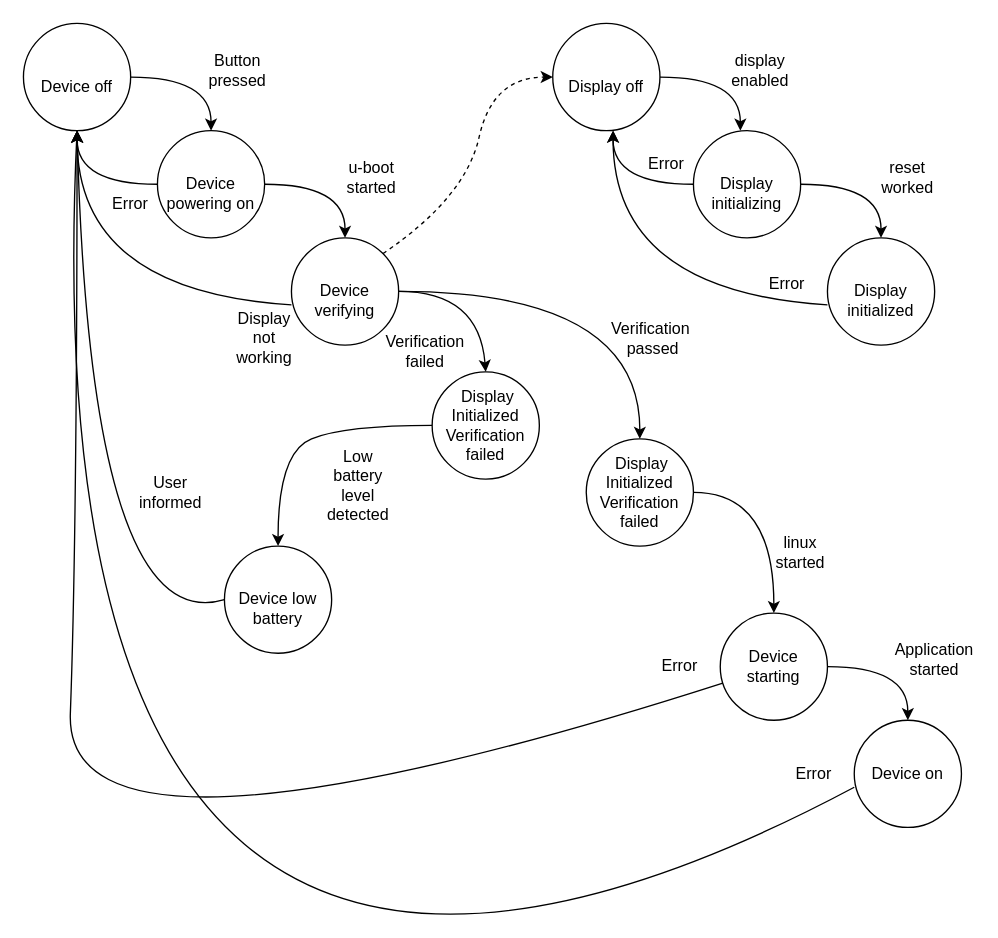
KubaTaba1uga/open_source_ebook_reader keeps this draw.io diagram as page "DS-001-02" (3 of 4) of docs/design/assets/04_design_solution_definition.drawio. Above is the earlier version. Source tidied: cells renumbered, new cells numbered last; positions are measured from the earlier drawing's top-left corner, leaving out a move shared by most shapes. Both pictures are drawn from the tidied source at 134%, with x=0, y=0 at pixel (23, 23).
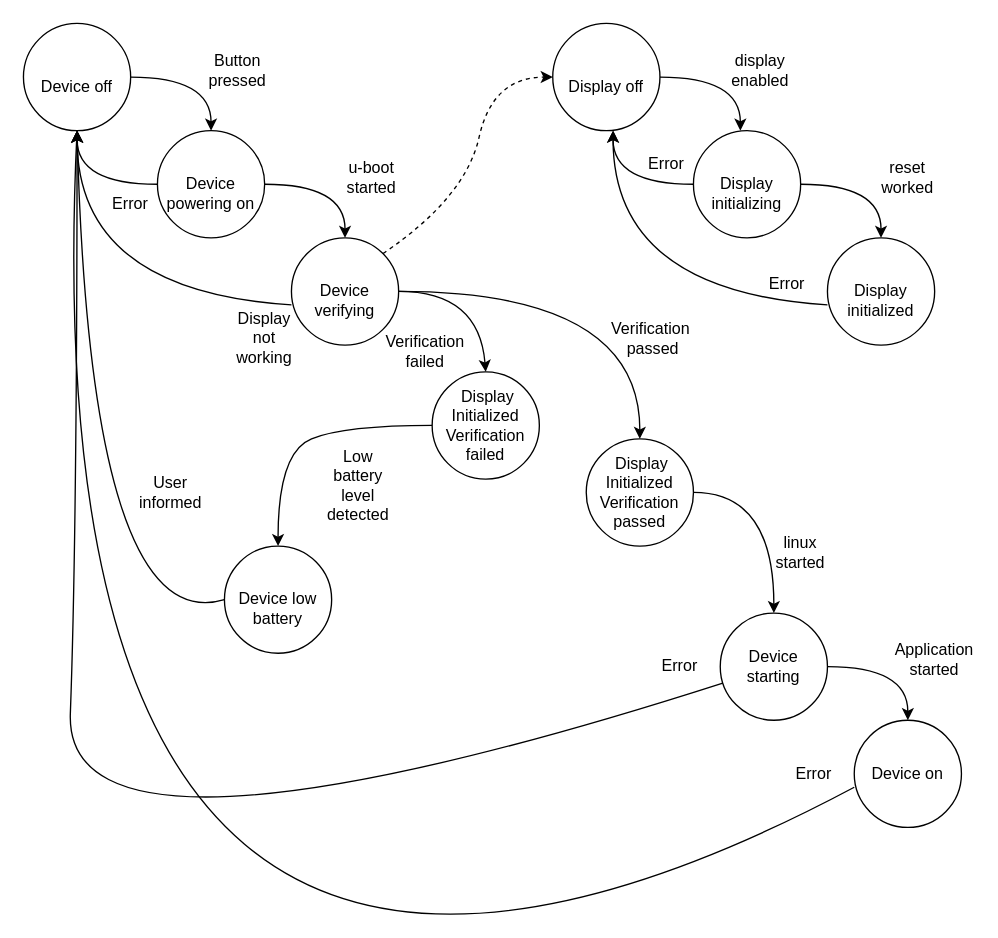
The same page after the edit.

What changed in the source:
```diff
@@
-    <mxCell id="37" value="&lt;div&gt;&lt;span style=&quot;background-color: transparent; color: light-dark(rgb(0, 0, 0), rgb(255, 255, 255));&quot;&gt;&amp;nbsp;Display Initialized&lt;/span&gt;&lt;/div&gt;&lt;div&gt;&lt;span style=&quot;background-color: transparent; color: light-dark(rgb(0, 0, 0), rgb(255, 255, 255));&quot;&gt;Verification failed&lt;/span&gt;&lt;/div&gt;" style="ellipse;whiteSpace=wrap;html=1;shapeInside=1;" parent="1" vertex="1">
+    <mxCell id="37" value="&lt;div&gt;&lt;span style=&quot;background-color: transparent; color: light-dark(rgb(0, 0, 0), rgb(255, 255, 255));&quot;&gt;&amp;nbsp;Display Initialized&lt;/span&gt;&lt;/div&gt;&lt;div&gt;&lt;span style=&quot;background-color: transparent; color: light-dark(rgb(0, 0, 0), rgb(255, 255, 255));&quot;&gt;Verification passed&lt;/span&gt;&lt;/div&gt;" style="ellipse;whiteSpace=wrap;html=1;shapeInside=1;" parent="1" vertex="1">
       <mxGeometry x="420" y="310" width="80" height="80" as="geometry" />
     </mxCell>
```
